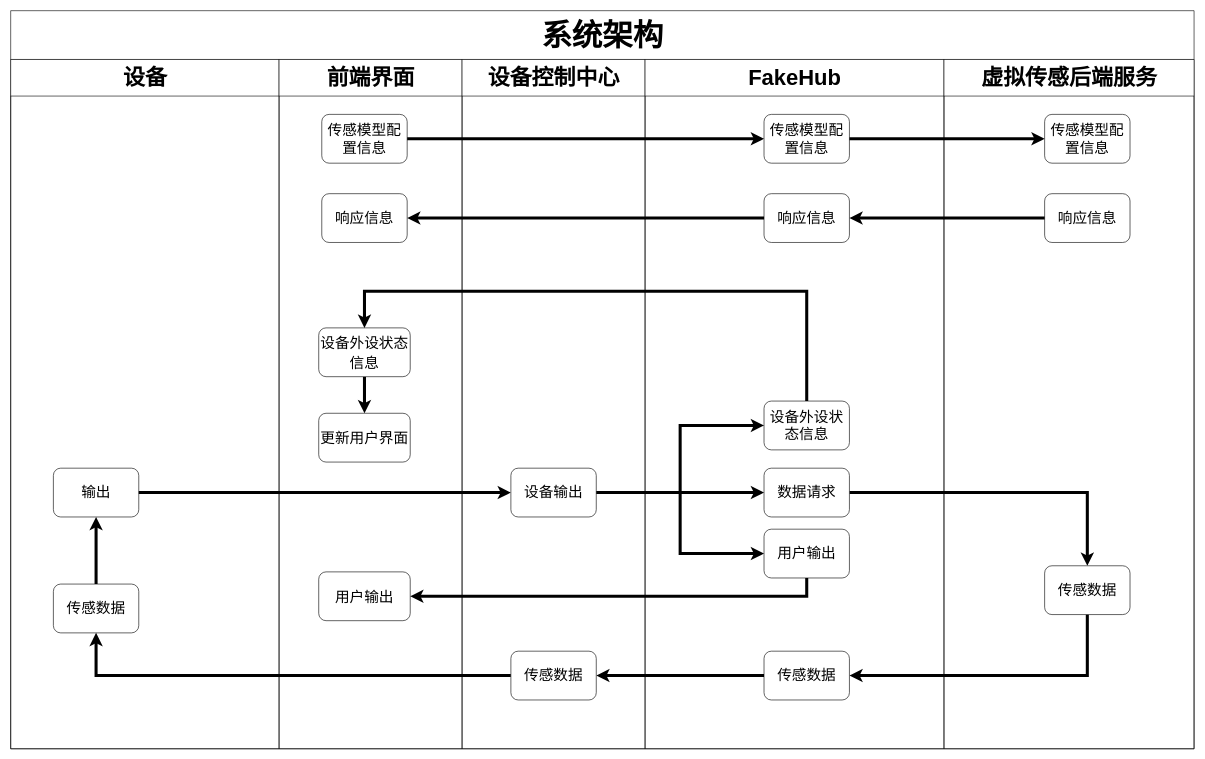
This is Copy of architecture.drawio from Placeboy/FakeHub, a draw.io file, before an edit. Source tidied: cells renumbered, new cells numbered last; positions are measured from the earlier drawing's top-left corner, leaving out a move shared by most shapes. Both pictures are drawn from the tidied source at 61%, with x=0, y=0 at pixel (10, 10).
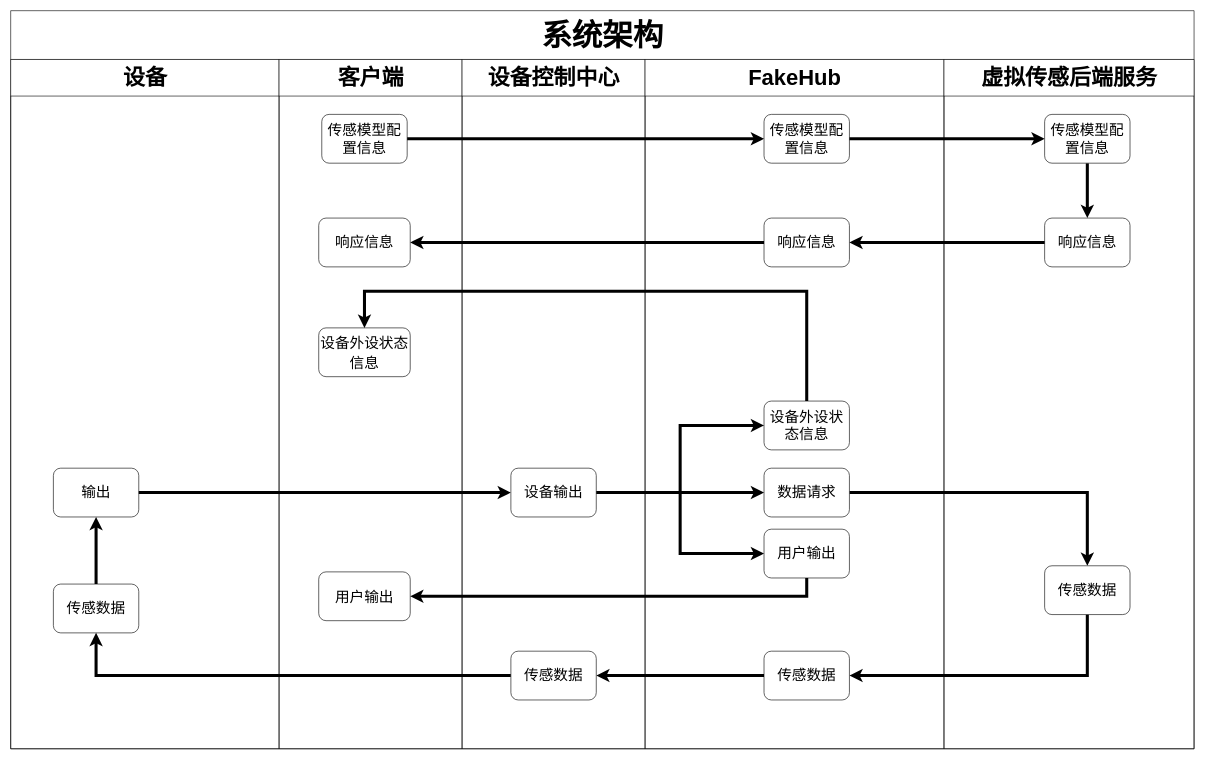
Above is the later version.

The change refers to these unchanged cells:
```xml
<mxCell id="2" value="&lt;font style=&quot;font-size: 50px;&quot;&gt;系统架构&lt;/font&gt;" style="swimlane;html=1;startSize=80;rounded=0;shadow=0;labelBackgroundColor=none;strokeWidth=1;fontFamily=Verdana;fontSize=8;align=center;" parent="1" vertex="1">
  <mxGeometry width="1940" height="1210" as="geometry" />
</mxCell>
<mxCell id="10" value="&lt;span style=&quot;font-size: 24px;&quot;&gt;设备外设状态信息&lt;/span&gt;" style="rounded=1;whiteSpace=wrap;html=1;fontSize=28;fillColor=#FFFFFF;strokeColor=#000000;" parent="7" vertex="1">
  <mxGeometry x="65" y="440" width="150" height="80" as="geometry" />
</mxCell>
<mxCell id="27" value="&lt;span style=&quot;font-size: 36px;&quot;&gt;FakeHub&lt;/span&gt;" style="swimlane;html=1;startSize=60;" parent="2" vertex="1">
  <mxGeometry x="1040" y="80" width="490" height="1130" as="geometry" />
</mxCell>
<mxCell id="32" value="&lt;span style=&quot;font-size: 24px;&quot;&gt;传感模型配置信息&lt;/span&gt;" style="rounded=1;whiteSpace=wrap;html=1;align=center;" parent="27" vertex="1">
  <mxGeometry x="195" y="90" width="140" height="80" as="geometry" />
</mxCell>
<mxCell id="34" value="&lt;font style=&quot;font-size: 36px;&quot;&gt;虚拟传感后端服务&lt;/font&gt;" style="swimlane;html=1;startSize=60;" parent="2" vertex="1">
  <mxGeometry x="1530" y="80" width="410" height="1130" as="geometry" />
</mxCell>
<mxCell id="37" value="&lt;span style=&quot;font-size: 24px;&quot;&gt;传感模型配置信息&lt;/span&gt;" style="rounded=1;whiteSpace=wrap;html=1;align=center;" parent="34" vertex="1">
  <mxGeometry x="165" y="90" width="140" height="80" as="geometry" />
</mxCell>
```

Diff of the diagram source:
```diff
@@
-    <mxCell id="7" value="&lt;font style=&quot;font-size: 36px;&quot;&gt;前端界面&lt;/font&gt;" style="swimlane;html=1;startSize=60;swimlaneLine=1;glass=0;shadow=0;arcSize=15;" parent="2" vertex="1">
+    <mxCell id="7" value="&lt;font style=&quot;font-size: 36px;&quot;&gt;客户端&lt;/font&gt;" style="swimlane;html=1;startSize=60;swimlaneLine=1;glass=0;shadow=0;arcSize=15;" parent="2" vertex="1">
       <mxGeometry x="440" y="80" width="300" height="1130" as="geometry" />
     </mxCell>
@@
-    <mxCell id="9" style="edgeStyle=orthogonalEdgeStyle;rounded=0;jettySize=auto;html=1;fontSize=24;strokeColor=default;strokeWidth=5;" parent="7" edge="1" source="10" target="11">
-      <mxGeometry relative="1" as="geometry" />
-    </mxCell>
@@
-    <mxCell id="11" value="&lt;span style=&quot;font-size: 24px;&quot;&gt;更新用户界面&lt;/span&gt;" style="rounded=1;whiteSpace=wrap;html=1;fontSize=28;fillColor=#FFFFFF;strokeColor=#000000;" parent="7" vertex="1">
-      <mxGeometry x="65" y="580" width="150" height="80" as="geometry" />
-    </mxCell>
@@
     <mxCell id="13" value="&lt;span style=&quot;font-size: 24px&quot;&gt;响应信息&lt;/span&gt;" style="rounded=1;whiteSpace=wrap;html=1;align=center;" parent="7" vertex="1">
-      <mxGeometry x="70" y="220" width="140" height="80" as="geometry" />
+      <mxGeometry x="65" y="260" width="150" height="80" as="geometry" />
     </mxCell>
@@
     <mxCell id="33" value="&lt;span style=&quot;font-size: 24px&quot;&gt;响应信息&lt;/span&gt;" style="rounded=1;whiteSpace=wrap;html=1;align=center;" parent="27" vertex="1">
-      <mxGeometry x="195" y="220" width="140" height="80" as="geometry" />
+      <mxGeometry x="195" y="260" width="140" height="80" as="geometry" />
     </mxCell>
@@
     <mxCell id="36" value="&lt;span style=&quot;font-size: 24px;&quot;&gt;响应信息&lt;/span&gt;" style="rounded=1;whiteSpace=wrap;html=1;align=center;" parent="34" vertex="1">
-      <mxGeometry x="165" y="220" width="140" height="80" as="geometry" />
+      <mxGeometry x="165" y="260" width="140" height="80" as="geometry" />
     </mxCell>
+    <mxCell id="42" style="edgeStyle=orthogonalEdgeStyle;rounded=0;jettySize=auto;html=1;entryX=0.5;entryY=0;entryDx=0;entryDy=0;strokeWidth=5;" parent="34" edge="1" source="37" target="36">
+      <mxGeometry relative="1" as="geometry" />
+    </mxCell>
@@
+    <mxCell id="41" style="edgeStyle=orthogonalEdgeStyle;rounded=0;jettySize=auto;html=1;entryX=0;entryY=0.5;entryDx=0;entryDy=0;strokeWidth=5;" parent="2" edge="1" source="32" target="37">
+      <mxGeometry relative="1" as="geometry" />
+    </mxCell>
-    <mxCell id="40" style="edgeStyle=orthogonalEdgeStyle;rounded=0;jettySize=auto;html=1;strokeWidth=5;" parent="2" edge="1" source="36" target="33">
-      <mxGeometry relative="1" as="geometry">
-        <Array as="points">
-          <mxPoint x="1610" y="340" />
-          <mxPoint x="1610" y="340" />
-        </Array>
-      </mxGeometry>
+    <mxCell id="40" style="edgeStyle=orthogonalEdgeStyle;rounded=0;jettySize=auto;html=1;entryX=1;entryY=0.5;entryDx=0;entryDy=0;strokeWidth=5;" parent="2" edge="1" source="36" target="33">
+      <mxGeometry relative="1" as="geometry" />
     </mxCell>
-    <mxCell id="41" style="edgeStyle=orthogonalEdgeStyle;rounded=0;jettySize=auto;html=1;entryX=0;entryY=0.5;entryDx=0;entryDy=0;strokeWidth=5;" parent="2" edge="1" source="32" target="37">
-      <mxGeometry relative="1" as="geometry" />
-    </mxCell>
```
